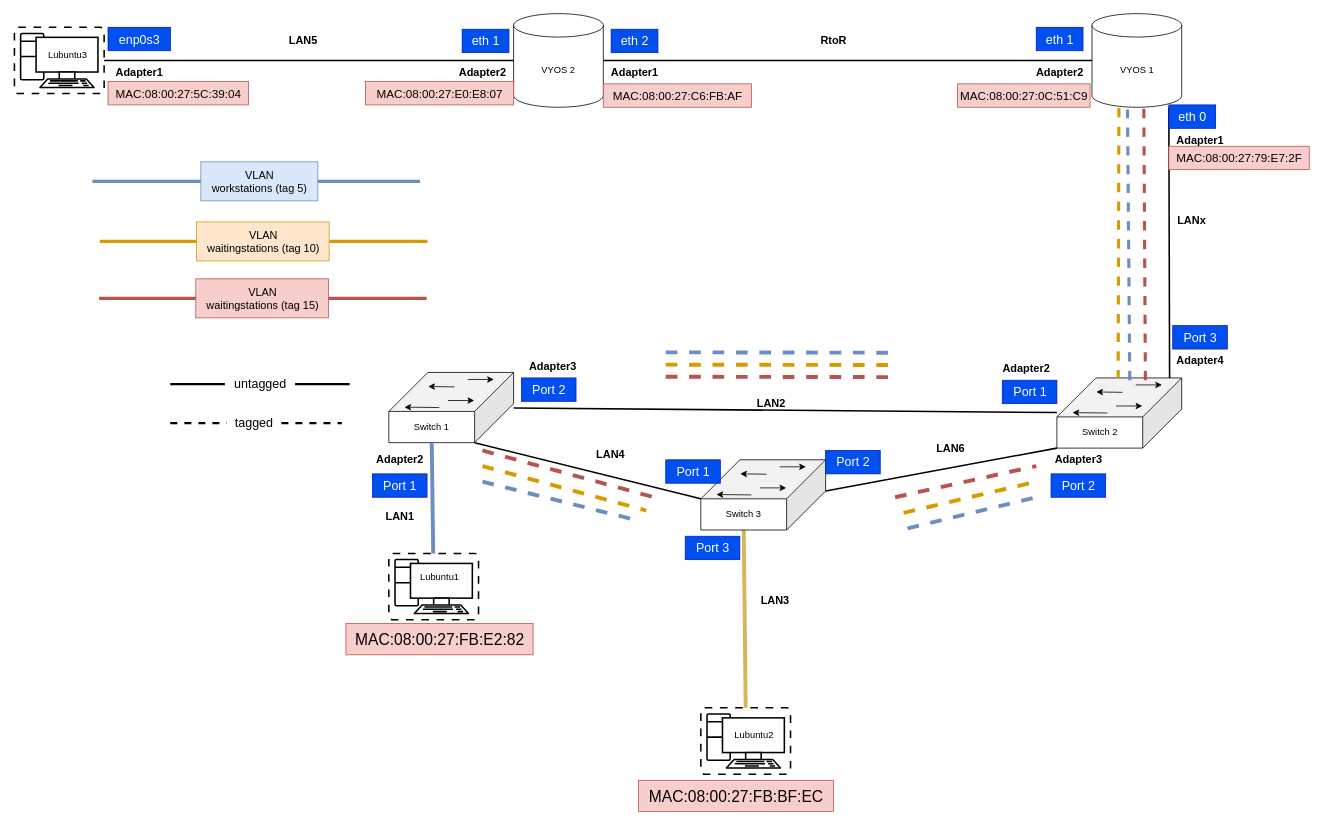
Peltori/Tietoverkot keeps this draw.io diagram as documentation/E07/Tietoverkot_fyysinen_topologia.drawio. Above is the earlier version. Source tidied: cells renumbered, new cells numbered last; positions are measured from the earlier drawing's top-left corner, leaving out a move shared by most shapes. Both pictures are drawn from the tidied source at 78%, with x=0, y=0 at pixel (14, 13).
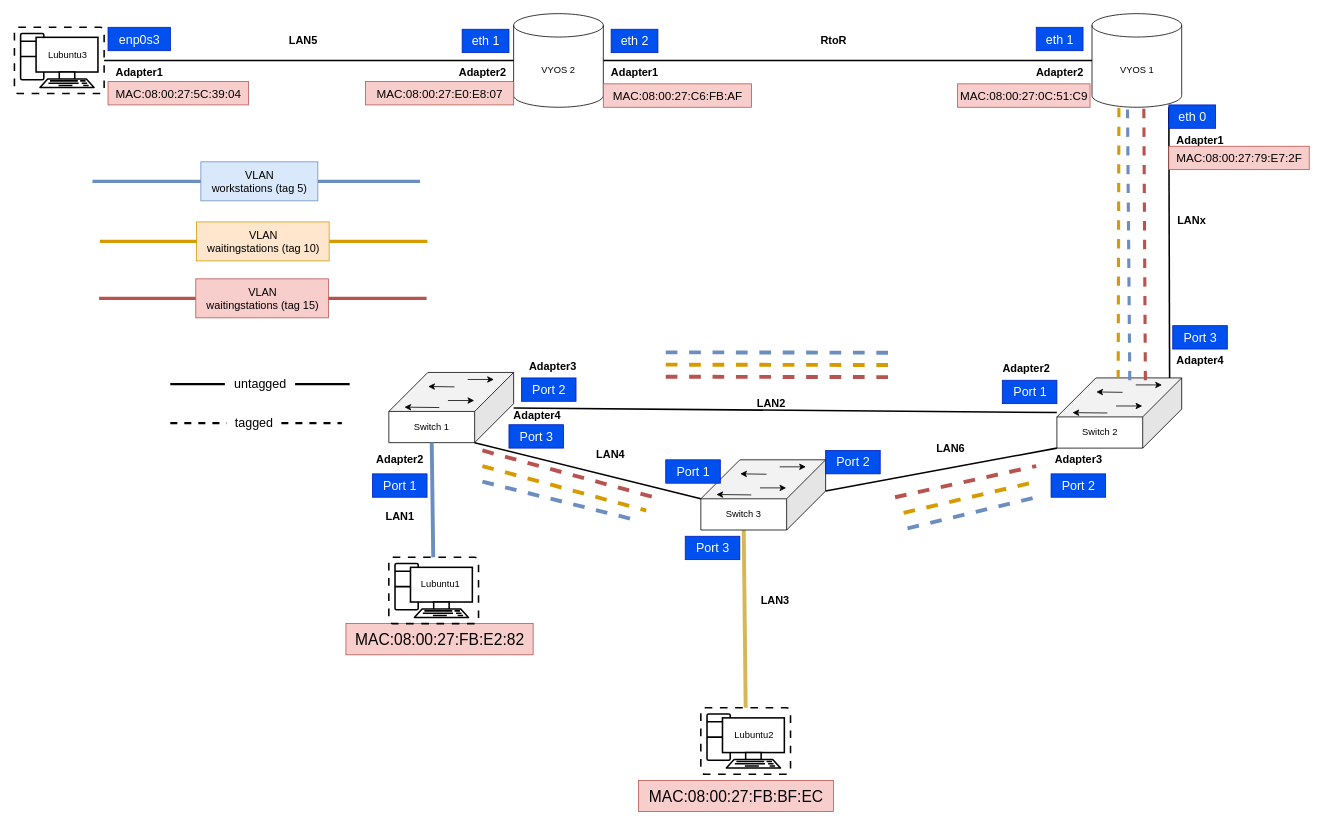
After the change.

Diff of the diagram source:
```diff
@@
-    <mxCell id="8" style="verticalAlign=top;verticalLabelPosition=bottom;labelPosition=center;align=center;html=1;outlineConnect=0;gradientDirection=north;strokeWidth=2;shape=mxgraph.networks.virtual_pc;fillStyle=auto;labelBackgroundColor=none;" parent="1" vertex="1">
-      <mxGeometry x="480" y="692" width="115" height="85" as="geometry" />
-    </mxCell>
@@
-    <mxCell id="21" value="Lubuntu1" style="text;html=1;align=center;verticalAlign=middle;strokeColor=none;fillColor=none;" parent="1" vertex="1">
-      <mxGeometry x="510" y="707" width="70" height="30" as="geometry" />
-    </mxCell>
@@
+    <mxCell id="103" value="Port 3" style="text;html=1;align=center;verticalAlign=middle;strokeColor=#001DBC;fillColor=#0050ef;fontSize=16;fontColor=#ffffff;" parent="1" vertex="1">
+      <mxGeometry x="634" y="527" width="70" height="30" as="geometry" />
+    </mxCell>
+    <mxCell id="104" value="Adapter4" style="text;html=1;align=center;verticalAlign=middle;strokeColor=none;fillColor=none;fontSize=14;fontStyle=1;" parent="1" vertex="1">
+      <mxGeometry x="630" y="500" width="80" height="30" as="geometry" />
+    </mxCell>
+    <mxCell id="105" style="group;" parent="1" vertex="1">
+      <mxGeometry x="480" y="697" width="115" height="85" as="geometry" />
+    </mxCell>
+    <mxCell id="8" style="verticalAlign=top;verticalLabelPosition=bottom;labelPosition=center;align=center;html=1;outlineConnect=0;gradientDirection=north;strokeWidth=2;shape=mxgraph.networks.virtual_pc;fillStyle=auto;labelBackgroundColor=none;" parent="105" vertex="1">
+      <mxGeometry width="115" height="85" as="geometry" />
+    </mxCell>
+    <mxCell id="21" value="Lubuntu1" style="text;html=1;align=center;verticalAlign=middle;strokeColor=none;fillColor=none;" parent="105" vertex="1">
+      <mxGeometry x="31" y="20" width="70" height="30" as="geometry" />
+    </mxCell>
```
